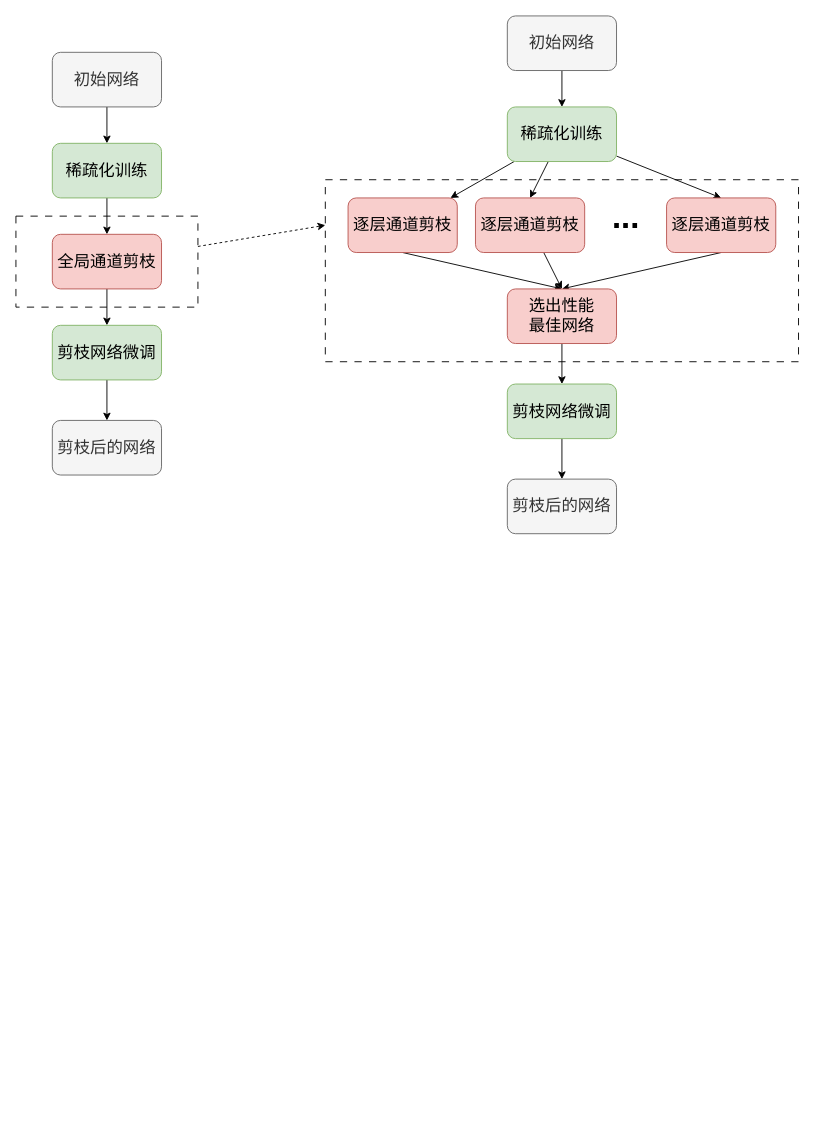
Above: 未命名绘图.drawio in Bukayoooo/Draws (draw.io), before the change. Source tidied: cells renumbered, new cells numbered last; positions are measured from the earlier drawing's top-left corner, leaving out a move shared by most shapes. Both pictures are drawn from the tidied source at 91%, with x=0, y=0 at pixel (15, 15).
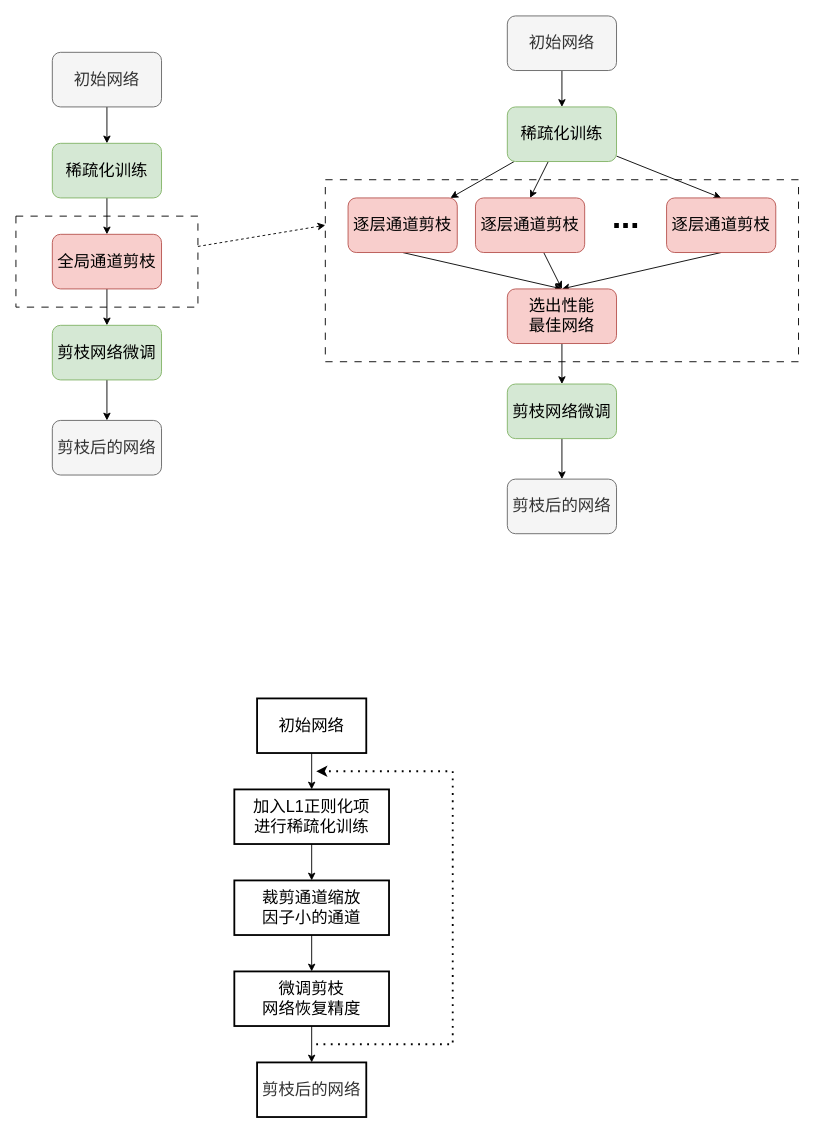
The same diagram, later.

Diff of the diagram source:
```diff
@@
+    <mxCell id="32" style="edgeStyle=orthogonalEdgeStyle;rounded=0;jettySize=auto;html=1;fontSize=18;" parent="1" edge="1" source="33" target="35">
+      <mxGeometry relative="1" as="geometry" />
+    </mxCell>
+    <mxCell id="33" value="&lt;font style=&quot;font-size: 18px;&quot;&gt;初始网络&lt;/font&gt;" style="rounded=0;whiteSpace=wrap;html=1;fillColor=none;strokeWidth=2;" parent="1" vertex="1">
+      <mxGeometry x="265" y="750" width="120" height="60" as="geometry" />
+    </mxCell>
+    <mxCell id="34" style="edgeStyle=orthogonalEdgeStyle;rounded=0;jettySize=auto;html=1;fontSize=18;" parent="1" edge="1" source="35" target="37">
+      <mxGeometry relative="1" as="geometry" />
+    </mxCell>
+    <mxCell id="35" value="&lt;span style=&quot;font-size: 18px;&quot;&gt;加入L1正则化项&lt;br&gt;进行稀疏化训练&lt;/span&gt;" style="rounded=0;whiteSpace=wrap;html=1;fillColor=none;strokeColor=#000000;glass=0;strokeWidth=2;" parent="1" vertex="1">
+      <mxGeometry x="240" y="850" width="170" height="60" as="geometry" />
+    </mxCell>
+    <mxCell id="36" style="edgeStyle=orthogonalEdgeStyle;rounded=0;jettySize=auto;html=1;fontSize=18;" parent="1" edge="1" source="37" target="39">
+      <mxGeometry relative="1" as="geometry" />
+    </mxCell>
+    <mxCell id="37" value="&lt;span style=&quot;font-size: 18px;&quot;&gt;裁剪通&lt;/span&gt;&lt;span style=&quot;font-size: 18px;&quot;&gt;道缩放&lt;br&gt;因子小的通道&lt;/span&gt;" style="rounded=0;whiteSpace=wrap;html=1;fillColor=none;strokeColor=#000000;strokeWidth=2;" parent="1" vertex="1">
+      <mxGeometry x="240" y="950" width="170" height="60" as="geometry" />
+    </mxCell>
+    <mxCell id="38" style="edgeStyle=orthogonalEdgeStyle;rounded=0;jettySize=auto;html=1;fontSize=18;" parent="1" edge="1" source="39" target="40">
+      <mxGeometry relative="1" as="geometry" />
+    </mxCell>
+    <mxCell id="39" value="&lt;span style=&quot;font-size: 18px;&quot;&gt;微调剪枝&lt;br&gt;网络恢复精度&lt;/span&gt;" style="rounded=0;whiteSpace=wrap;html=1;fillColor=none;strokeColor=#000000;strokeWidth=2;" parent="1" vertex="1">
+      <mxGeometry x="240" y="1050" width="170" height="60" as="geometry" />
+    </mxCell>
+    <mxCell id="40" value="&lt;font style=&quot;font-size: 18px;&quot;&gt;剪枝后的网络&lt;/font&gt;" style="rounded=0;whiteSpace=wrap;html=1;fillColor=none;strokeColor=#000000;fontColor=#333333;strokeWidth=2;" parent="1" vertex="1">
+      <mxGeometry x="265" y="1150" width="120" height="60" as="geometry" />
+    </mxCell>
+    <mxCell id="41" style="endArrow=classic;dashed=1;html=1;dashPattern=1 3;strokeWidth=2;rounded=0;edgeStyle=orthogonalEdgeStyle;endFill=1;" parent="1" edge="1">
+      <mxGeometry relative="1" as="geometry">
+        <mxPoint x="330" y="1130" as="sourcePoint" />
+        <mxPoint x="330" y="830" as="targetPoint" />
+        <Array as="points">
+          <mxPoint x="480" y="1130" />
+          <mxPoint x="480" y="830" />
+        </Array>
+      </mxGeometry>
+    </mxCell>
```
